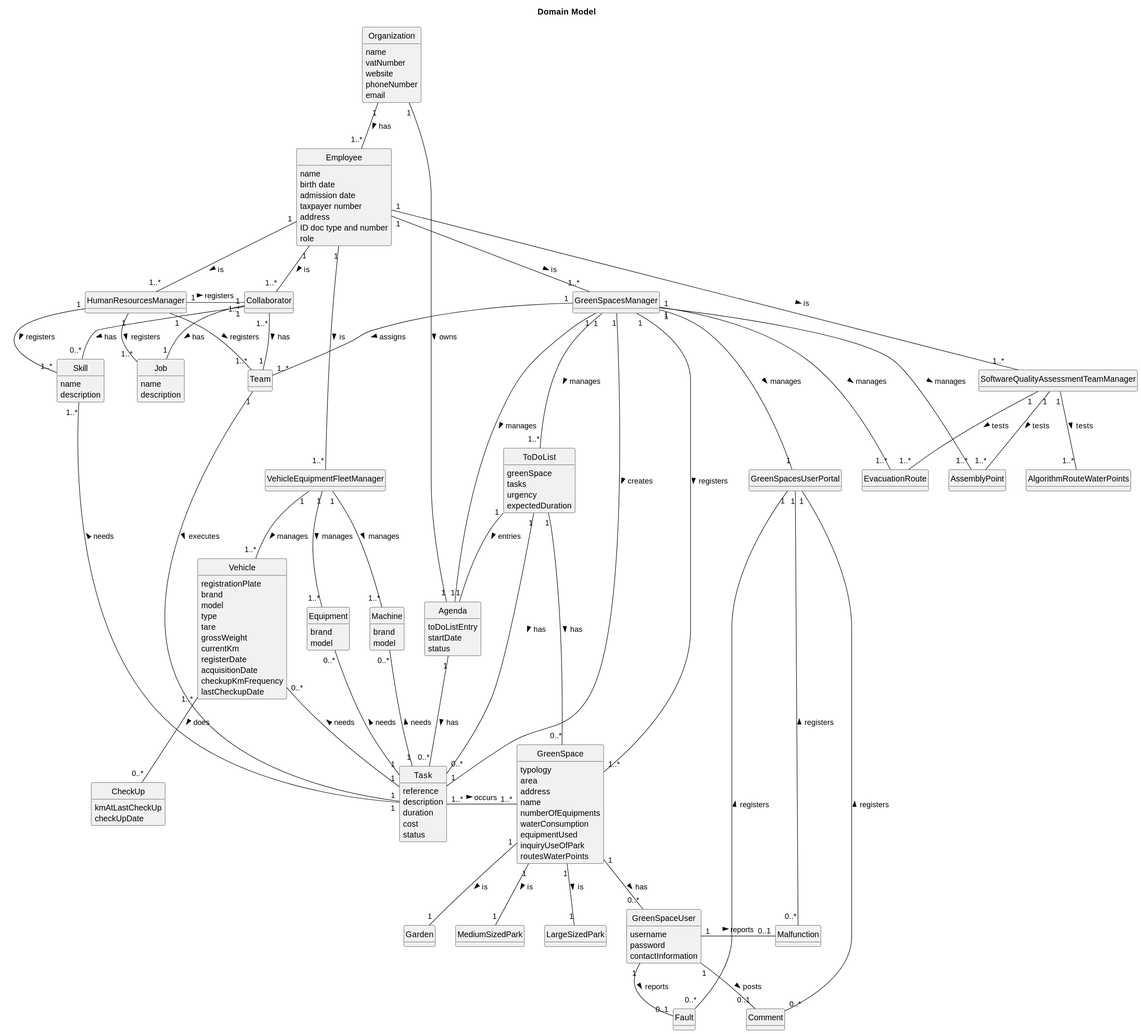
Above: docs/sprintC/global-artifacts/02.analysis/svg/project-domain-model.svg in LopemigueISEP/lei-24-s2-1nb-g312 (PlantUML), before the change.
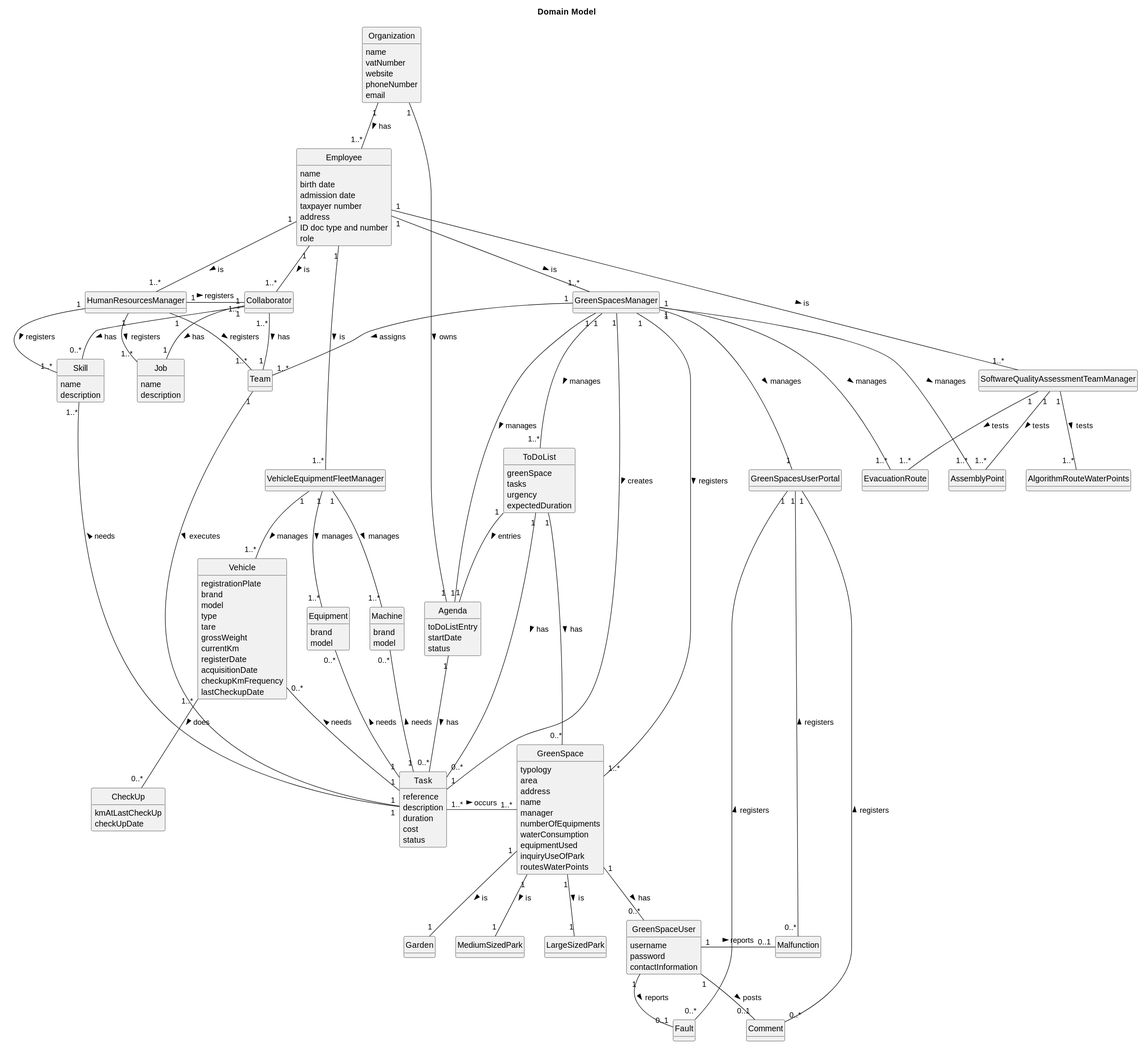
The same diagram one commit later.

Change to the diagram source:
```diff
@@ -48,6 +48,7 @@
     area
     address
     name
+    manager
     numberOfEquipments
     waterConsumption
     equipmentUsed
```
